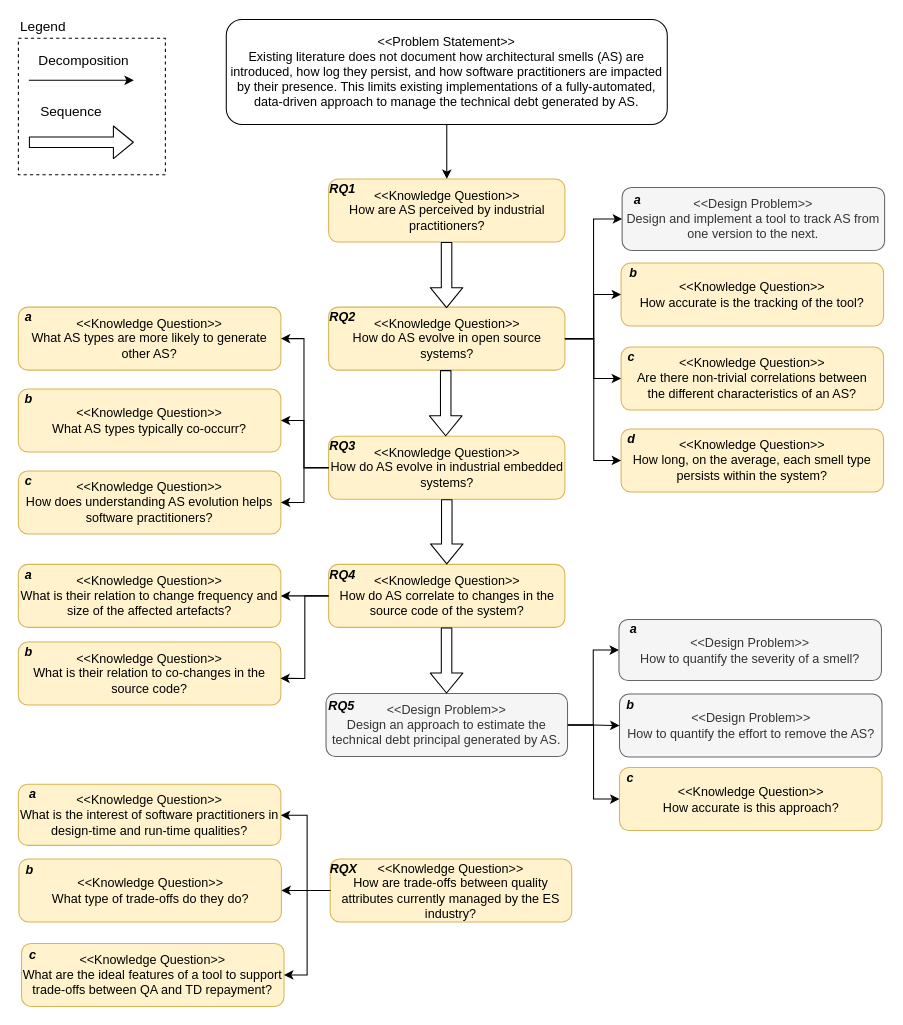
Before: Figures/c1/problem-decomposition.drawio in darius-sas/phd-dissertation, a draw.io diagram. Source tidied: cells renumbered, new cells numbered last; positions are measured from the earlier drawing's top-left corner, leaving out a move shared by most shapes. Both pictures are drawn from the tidied source at 105%, with x=0, y=0 at pixel (18, 19).
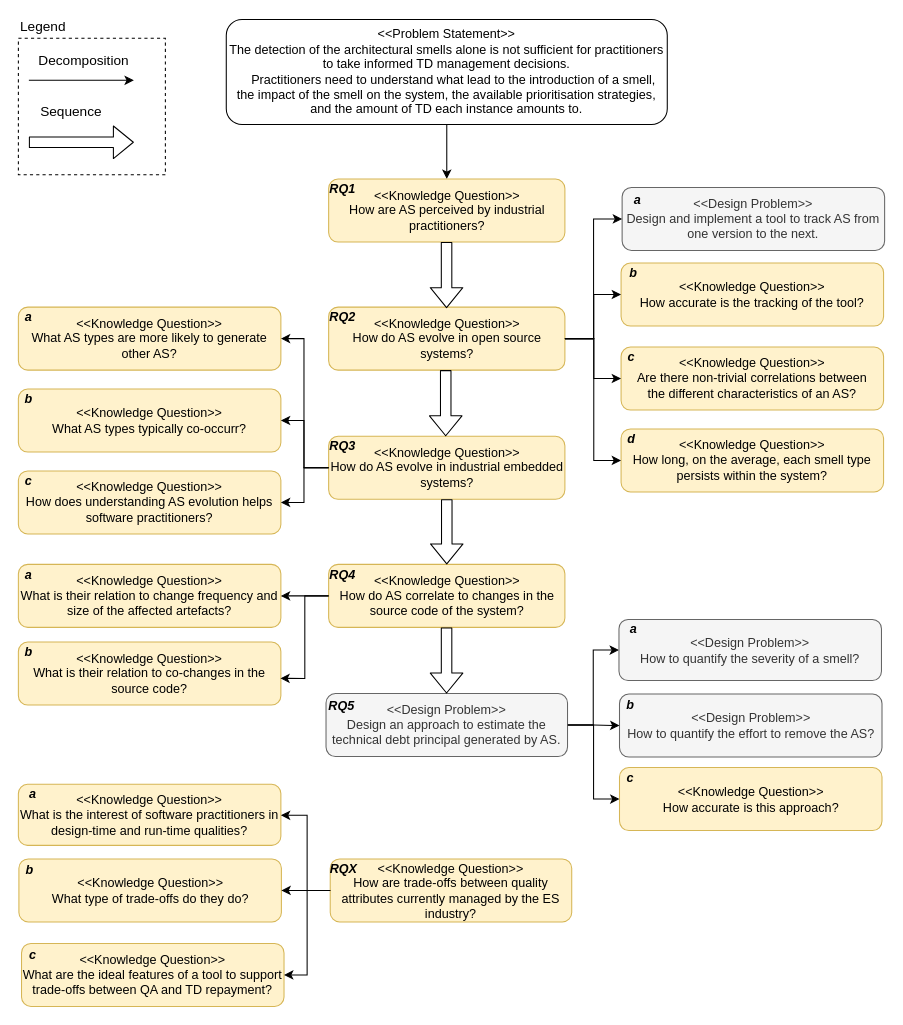
After the change.

Commit message (it also covers changes not shown here):
Drafting the sequence of papers

Change to the diagram source:
```diff
@@
-    <mxCell id="3" value="&lt;div&gt;&amp;lt;&amp;lt;Problem Statement&amp;gt;&amp;gt;&lt;/div&gt;&lt;div&gt;Existing literature does not document how architectural smells (AS) are introduced, how log they persist, and how software practitioners are impacted by their presence. This limits existing implementations of a fully-automated, data-driven approach to manage the technical debt generated by AS.&lt;/div&gt;" style="rounded=1;whiteSpace=wrap;html=1;" parent="1" vertex="1">
+    <mxCell id="3" value="&lt;div&gt;&amp;lt;&amp;lt;Problem Statement&amp;gt;&amp;gt;&lt;/div&gt;&lt;div&gt;&lt;div&gt;The detection of the architectural smells alone is not sufficient for practitioners to take informed TD management decisions.&lt;/div&gt;&lt;div&gt;&amp;nbsp; &amp;nbsp; Practitioners need to understand what lead to the introduction of a smell, the impact of the smell on the system, the available prioritisation strategies, and the amount of TD each instance amounts to.&lt;/div&gt;&lt;/div&gt;" style="rounded=1;whiteSpace=wrap;html=1;" parent="1" vertex="1">
       <mxGeometry x="198" width="420" height="100" as="geometry" />
     </mxCell>
```
